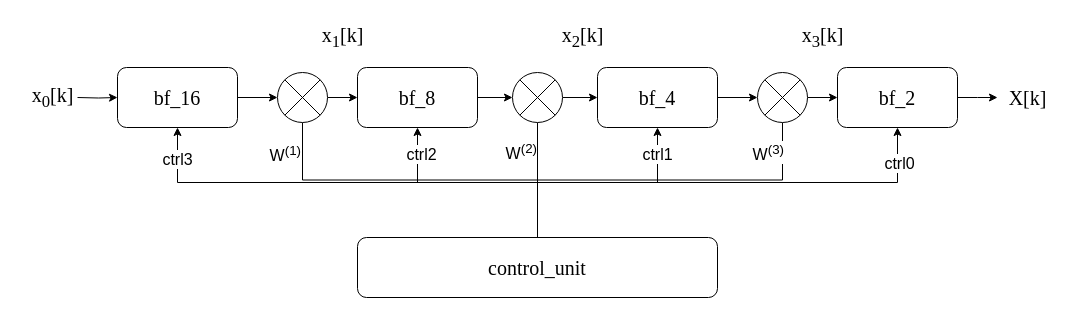
The draw.io diagram 未命名绘图.drawio in ALpht/16_FFT, before the edit. Source tidied: cells renumbered, new cells numbered last; positions are measured from the earlier drawing's top-left corner, leaving out a move shared by most shapes. Both pictures are drawn from the tidied source at 100%, with x=0, y=0 at pixel (17, 17).
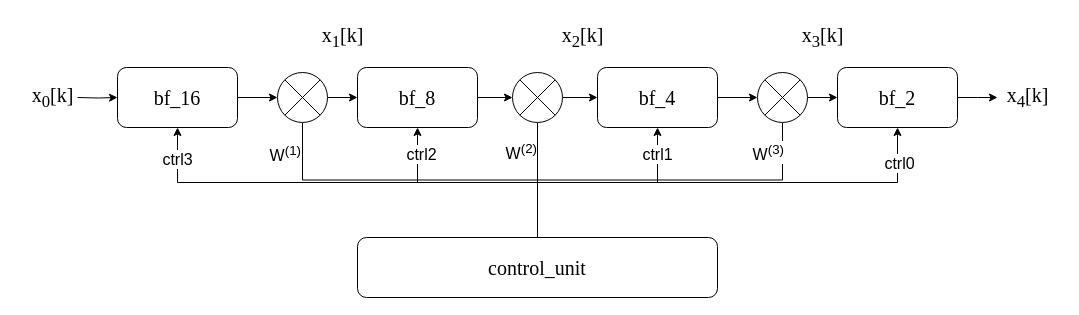
The same diagram, later.

Commit message:
更新未命名绘图.drawio

What changed in the source:
```diff
@@
-    <mxCell id="33" value="&lt;font style=&quot;font-size: 20px;&quot; face=&quot;Times New Roman&quot;&gt;X[k]&lt;/font&gt;" style="text;html=1;align=center;verticalAlign=middle;strokeColor=none;fillColor=none;fontSize=11;fontFamily=Helvetica;fontColor=default;" parent="1" vertex="1">
-      <mxGeometry x="980" y="60" width="60" height="40" as="geometry" />
+    <mxCell id="33" value="&lt;font style=&quot;font-size: 20px;&quot; face=&quot;Times New Roman&quot;&gt;x&lt;sub&gt;4&lt;/sub&gt;[k]&lt;/font&gt;" style="text;html=1;align=center;verticalAlign=middle;strokeColor=none;fillColor=none;fontSize=11;fontFamily=Helvetica;fontColor=default;" parent="1" vertex="1">
+      <mxGeometry x="975" y="60" width="70" height="40" as="geometry" />
     </mxCell>
```
